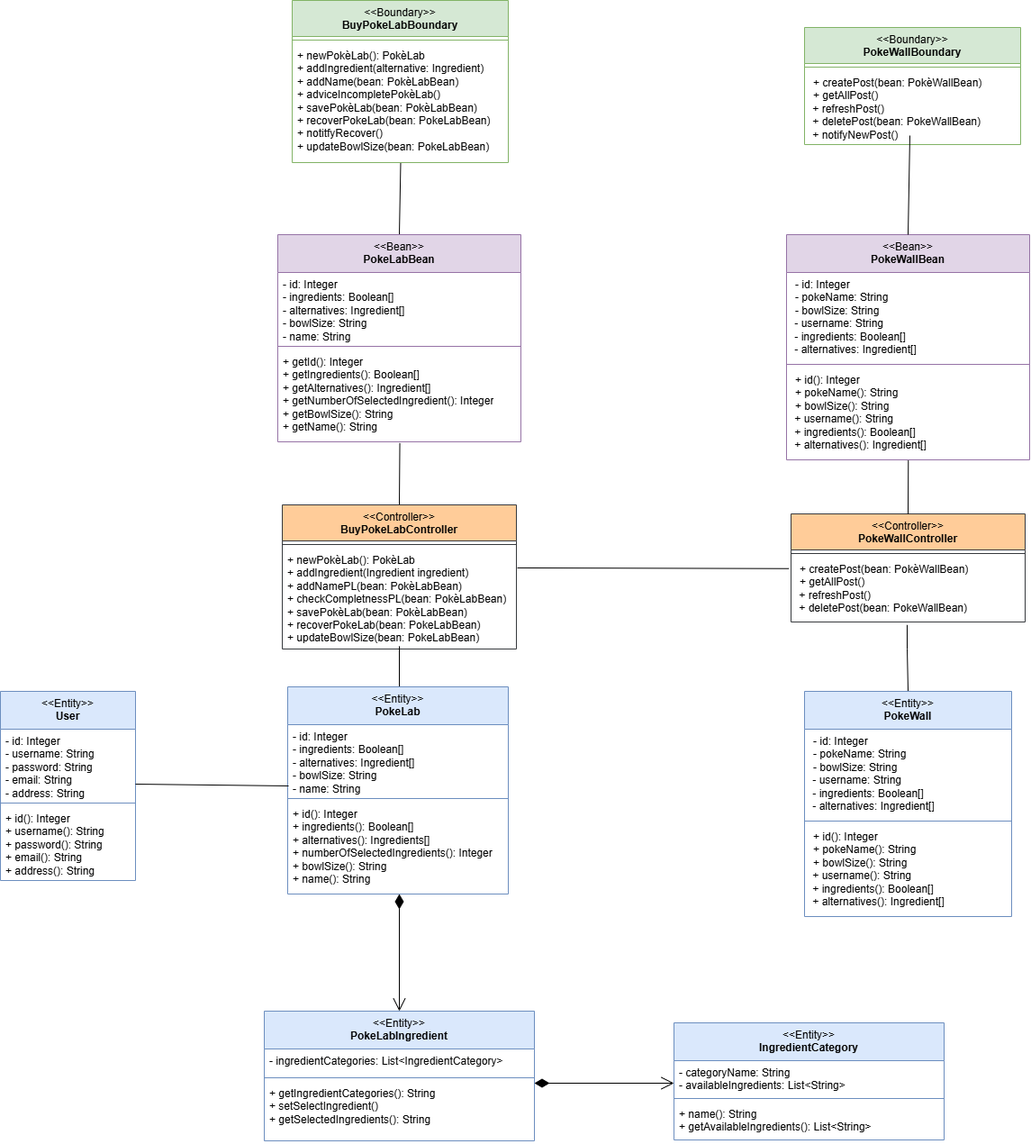
Earlier version of the draw.io export diagrams/BCE.drawio.png (matteopinfildi/YourPoke-ISPWProject). Source tidied: cells renumbered, new cells last; positions are measured from the earlier drawing's top-left corner, leaving out a move shared by most shapes.
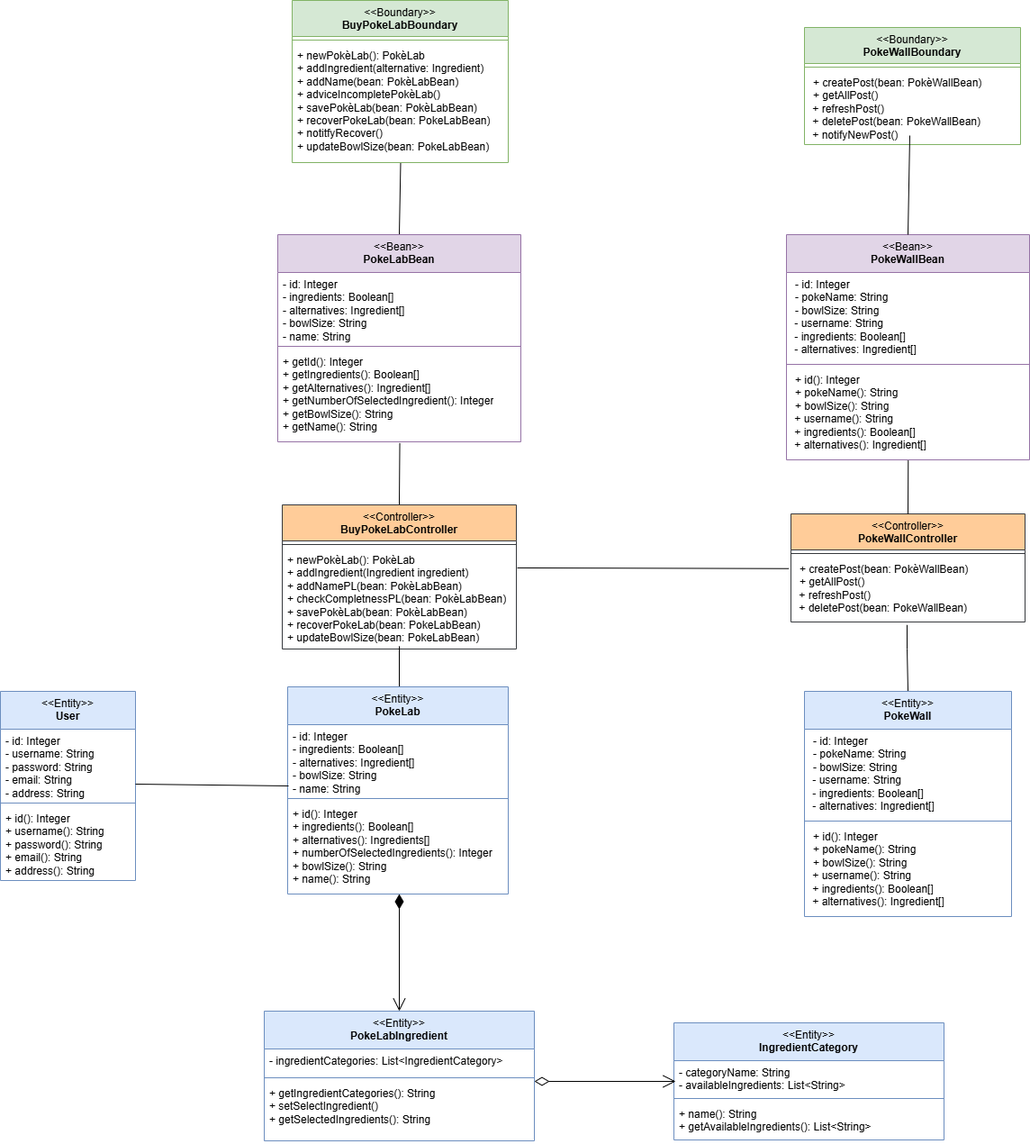
Later version of the same file.

Diff of the diagram source:
```diff
@@ -122,12 +122,6 @@
     <mxCell id="37" value="+ getIngredientCategories(): String&lt;div&gt;+ setSelectIngredient()&lt;/div&gt;&lt;div&gt;+ getSelectedIngredients(): String&lt;/div&gt;" style="text;strokeColor=none;fillColor=none;align=left;verticalAlign=top;spacingLeft=4;spacingRight=4;overflow=hidden;whiteSpace=wrap;html=1;" parent="34" vertex="1">
       <mxGeometry y="78" width="300" height="66" as="geometry" />
     </mxCell>
-    <mxCell id="38" style="endArrow=open;html=1;endSize=12;startArrow=diamondThin;startSize=14;startFill=1;edgeStyle=orthogonalEdgeStyle;align=left;verticalAlign=bottom;rounded=0;" parent="1" edge="1">
-      <mxGeometry x="-1" y="3" relative="1" as="geometry">
-        <mxPoint x="593" y="1202" as="sourcePoint" />
-        <mxPoint x="748" y="1202" as="targetPoint" />
-      </mxGeometry>
-    </mxCell>
     <mxCell id="39" value="&lt;div&gt;&lt;span style=&quot;font-weight: 400;&quot;&gt;&amp;lt;&amp;lt;Entity&amp;gt;&amp;gt;&lt;/span&gt;&lt;br&gt;&lt;/div&gt;IngredientCategory" style="swimlane;fontStyle=1;align=center;verticalAlign=top;horizontal=1;startSize=42;whiteSpace=wrap;html=1;fillColor=#dae8fc;strokeColor=#6c8ebf;" parent="1" vertex="1">
       <mxGeometry x="748" y="1135" width="300" height="130" as="geometry" />
     </mxCell>
@@ -169,5 +163,11 @@
         <mxPoint x="1010" y="150" as="sourcePoint" />
       </mxGeometry>
     </mxCell>
+    <mxCell id="52" style="endArrow=open;html=1;endSize=12;startArrow=diamondThin;startSize=14;startFill=0;edgeStyle=orthogonalEdgeStyle;align=left;verticalAlign=bottom;rounded=0;" parent="1" edge="1">
+      <mxGeometry x="-1" y="3" relative="1" as="geometry">
+        <mxPoint x="593" y="1200" as="sourcePoint" />
+        <mxPoint x="750" y="1200" as="targetPoint" />
+      </mxGeometry>
+    </mxCell>
   </root>
 </mxGraphModel>
```
